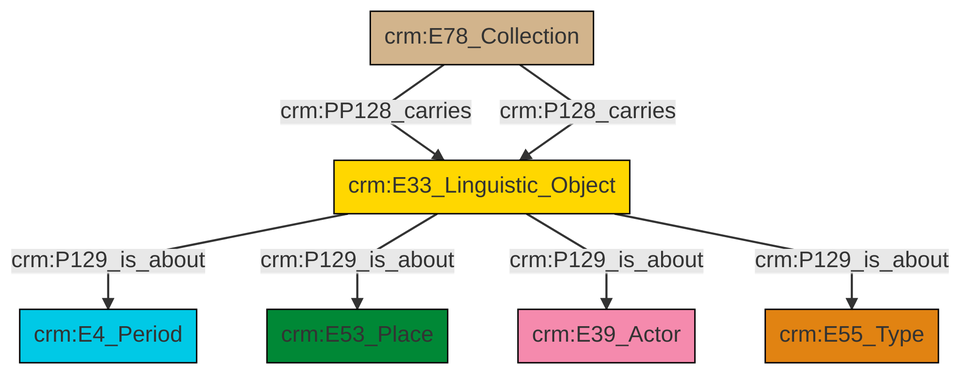
swiss-art-research-net/docs.swissartresearch keeps this Mermaid diagram as et/archivalCSV/ttl/mmd/png/archival_aboutness.png. Above is the earlier version. Its source is kept beside it as et/archivalCSV/ttl/mmd/archival_aboutness.ttl.mmd.
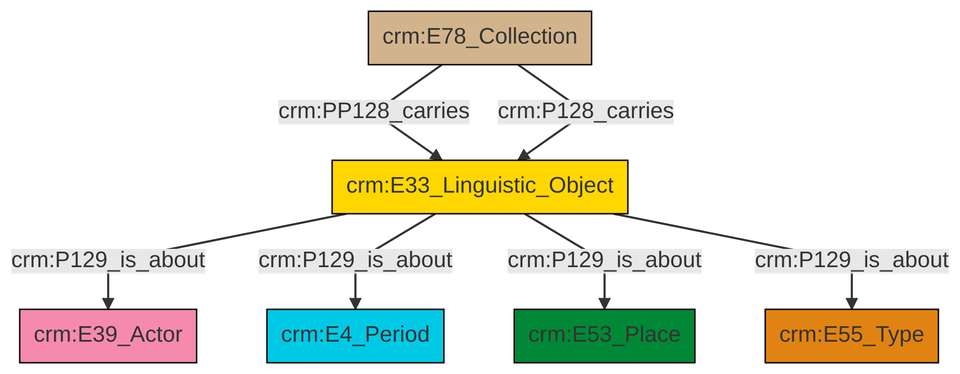
After the change.

Change to the diagram source:
```diff
@@ -13,9 +13,9 @@
 classDef PC_Classes fill:#4ce600, stroke:#000000;
 classDef Multi fill:#cccccc,stroke:#000000;
 
-0["crm:E33_Linguistic_Object"]:::Conceptual_Object -->|crm:P129_is_about| 1["crm:E4_Period"]:::Temporal_Entity
-2["crm:E78_Collection"]:::Physical_Thing -->|crm:PP128_carries| 0["crm:E33_Linguistic_Object"]:::Conceptual_Object
-0["crm:E33_Linguistic_Object"]:::Conceptual_Object -->|crm:P129_is_about| 4["crm:E53_Place"]:::Place
-2["crm:E78_Collection"]:::Physical_Thing -->|crm:P128_carries| 0["crm:E33_Linguistic_Object"]:::Conceptual_Object
-0["crm:E33_Linguistic_Object"]:::Conceptual_Object -->|crm:P129_is_about| 6["crm:E39_Actor"]:::Actor
-0["crm:E33_Linguistic_Object"]:::Conceptual_Object -->|crm:P129_is_about| 7["crm:E55_Type"]:::Type
+0["crm:E33_Linguistic_Object"]:::Conceptual_Object -->|crm:P129_is_about| 1["crm:E39_Actor"]:::Actor
+0["crm:E33_Linguistic_Object"]:::Conceptual_Object -->|crm:P129_is_about| 6["crm:E4_Period"]:::Temporal_Entity
+0["crm:E33_Linguistic_Object"]:::Conceptual_Object -->|crm:P129_is_about| 2["crm:E53_Place"]:::Place
+0["crm:E33_Linguistic_Object"]:::Conceptual_Object -->|crm:P129_is_about| 4["crm:E55_Type"]:::Type
+8["crm:E78_Collection"]:::Physical_Thing -->|crm:PP128_carries| 0["crm:E33_Linguistic_Object"]:::Conceptual_Object
+8["crm:E78_Collection"]:::Physical_Thing -->|crm:P128_carries| 0["crm:E33_Linguistic_Object"]:::Conceptual_Object
```
